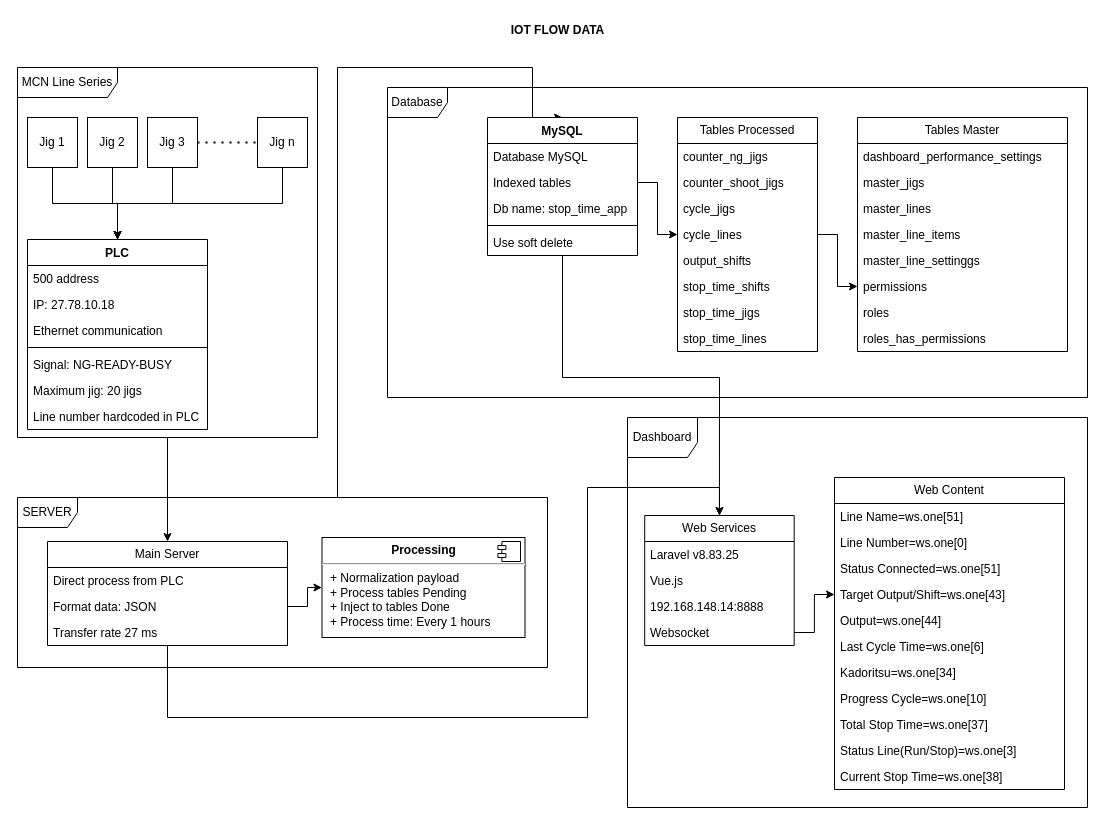
Above: IOT Flow Data.drawio in arizmuajianisan/flowchart (draw.io), before the change. Source tidied: cells renumbered, new cells numbered last; positions are measured from the earlier drawing's top-left corner, leaving out a move shared by most shapes. Both pictures are drawn from the tidied source at 100%, with x=0, y=0 at pixel (17, 17).
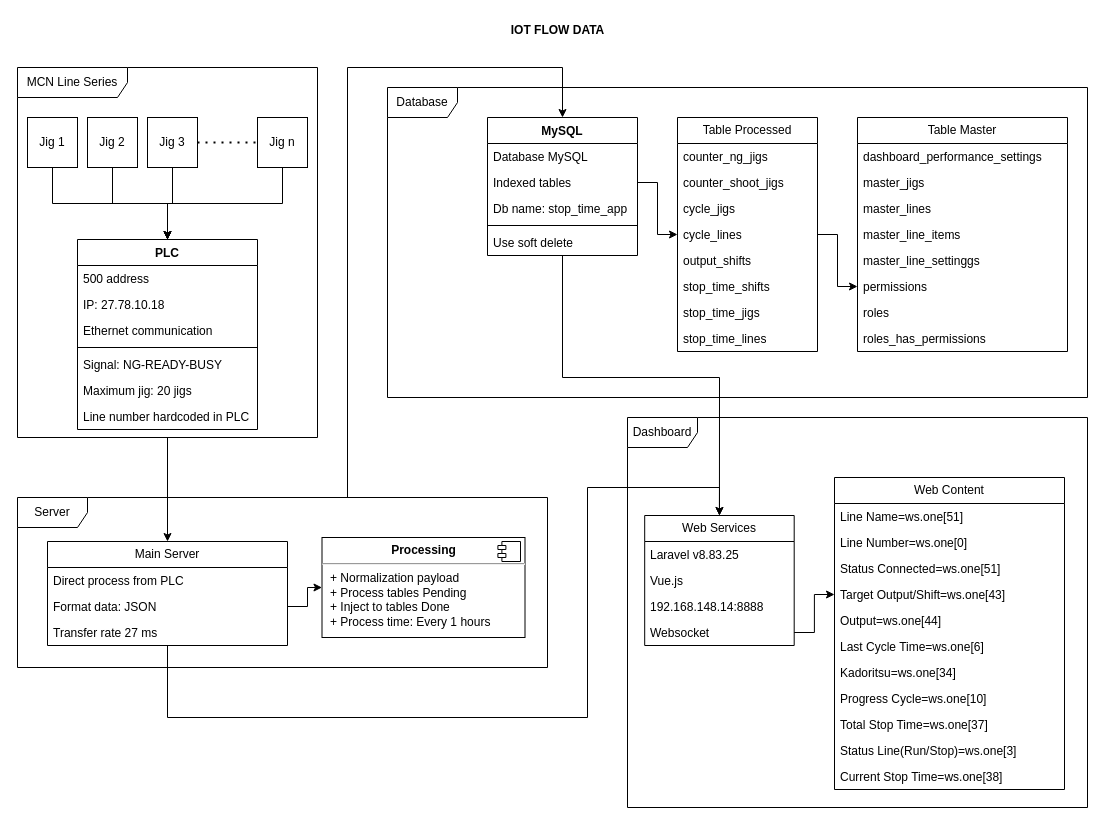
After the change.

The change refers to these unchanged cells:
```xml
<mxCell id="5" style="group;" parent="1" vertex="1">
  <mxGeometry y="50" width="300" height="370" as="geometry" />
</mxCell>
<mxCell id="24" style="group;" parent="1" vertex="1">
  <mxGeometry y="480" width="530" height="170" as="geometry" />
</mxCell>
<mxCell id="33" style="group;" parent="1" vertex="1">
  <mxGeometry x="610" y="400" width="460" height="390" as="geometry" />
</mxCell>
<mxCell id="55" style="group;" parent="1" vertex="1">
  <mxGeometry x="370" y="70" width="700" height="310" as="geometry" />
</mxCell>
<mxCell id="56" value="MySQL" style="swimlane;fontStyle=1;align=center;verticalAlign=top;horizontal=1;startSize=26;whiteSpace=wrap;html=1;" parent="55" vertex="1">
  <mxGeometry x="100" y="30" width="150" height="138" as="geometry" />
</mxCell>
```

What changed in the source:
```diff
@@
-    <mxCell id="4" style="edgeStyle=orthogonalEdgeStyle;rounded=0;jettySize=auto;html=1;entryX=0.5;entryY=0;entryDx=0;entryDy=0;" parent="1" edge="1" source="25" target="56">
-      <mxGeometry relative="1" as="geometry">
-        <Array as="points">
-          <mxPoint x="320" y="50" />
-          <mxPoint x="515" y="50" />
-        </Array>
-      </mxGeometry>
-    </mxCell>
@@
-    <mxCell id="7" value="MCN Line Series" style="shape=umlFrame;whiteSpace=wrap;html=1;width=100;height=30;" parent="5" vertex="1">
+    <mxCell id="7" value="MCN Line Series" style="shape=umlFrame;whiteSpace=wrap;html=1;width=110;height=30;" parent="5" vertex="1">
       <mxGeometry width="300" height="370" as="geometry" />
     </mxCell>
@@
     <mxCell id="12" value="PLC" style="swimlane;fontStyle=1;align=center;verticalAlign=top;horizontal=1;startSize=26;whiteSpace=wrap;html=1;" parent="5" vertex="1">
-      <mxGeometry x="10" y="172" width="180" height="190" as="geometry" />
+      <mxGeometry x="60" y="172" width="180" height="190" as="geometry" />
     </mxCell>
@@
-    <mxCell id="25" value="SERVER" style="shape=umlFrame;whiteSpace=wrap;html=1;" parent="24" vertex="1">
+    <mxCell id="25" value="Server" style="shape=umlFrame;whiteSpace=wrap;html=1;width=70;height=30;" parent="24" vertex="1">
       <mxGeometry width="530" height="170" as="geometry" />
     </mxCell>
@@
-    <mxCell id="34" value="Dashboard" style="shape=umlFrame;whiteSpace=wrap;html=1;width=70;height=40;" parent="33" vertex="1">
+    <mxCell id="34" value="Dashboard" style="shape=umlFrame;whiteSpace=wrap;html=1;width=70;height=30;" parent="33" vertex="1">
       <mxGeometry width="460" height="390" as="geometry" />
     </mxCell>
@@
-    <mxCell id="62" value="Database" style="shape=umlFrame;whiteSpace=wrap;html=1;" parent="55" vertex="1">
+    <mxCell id="62" value="Database" style="shape=umlFrame;whiteSpace=wrap;html=1;width=70;height=30;" parent="55" vertex="1">
       <mxGeometry width="700" height="310" as="geometry" />
     </mxCell>
-    <mxCell id="63" value="Tables Processed" style="swimlane;fontStyle=0;horizontal=1;startSize=26;fillColor=none;whiteSpace=wrap;html=1;" parent="55" vertex="1">
+    <mxCell id="63" value="Table Processed" style="swimlane;fontStyle=0;horizontal=1;startSize=26;fillColor=none;whiteSpace=wrap;html=1;" parent="55" vertex="1">
       <mxGeometry x="290" y="30" width="140" height="234" as="geometry" />
     </mxCell>
@@
-    <mxCell id="72" value="Tables Master" style="swimlane;fontStyle=0;horizontal=1;startSize=26;fillColor=none;whiteSpace=wrap;html=1;" parent="55" vertex="1">
+    <mxCell id="72" value="Table Master" style="swimlane;fontStyle=0;horizontal=1;startSize=26;fillColor=none;whiteSpace=wrap;html=1;" parent="55" vertex="1">
       <mxGeometry x="470" y="30" width="210" height="234" as="geometry" />
     </mxCell>
@@
+    <mxCell id="4" style="edgeStyle=orthogonalEdgeStyle;rounded=0;jettySize=auto;html=1;entryX=0.5;entryY=0;entryDx=0;entryDy=0;" parent="1" edge="1" source="25" target="56">
+      <mxGeometry relative="1" as="geometry">
+        <Array as="points">
+          <mxPoint x="330" y="50" />
+          <mxPoint x="545" y="50" />
+        </Array>
+      </mxGeometry>
+    </mxCell>
```
